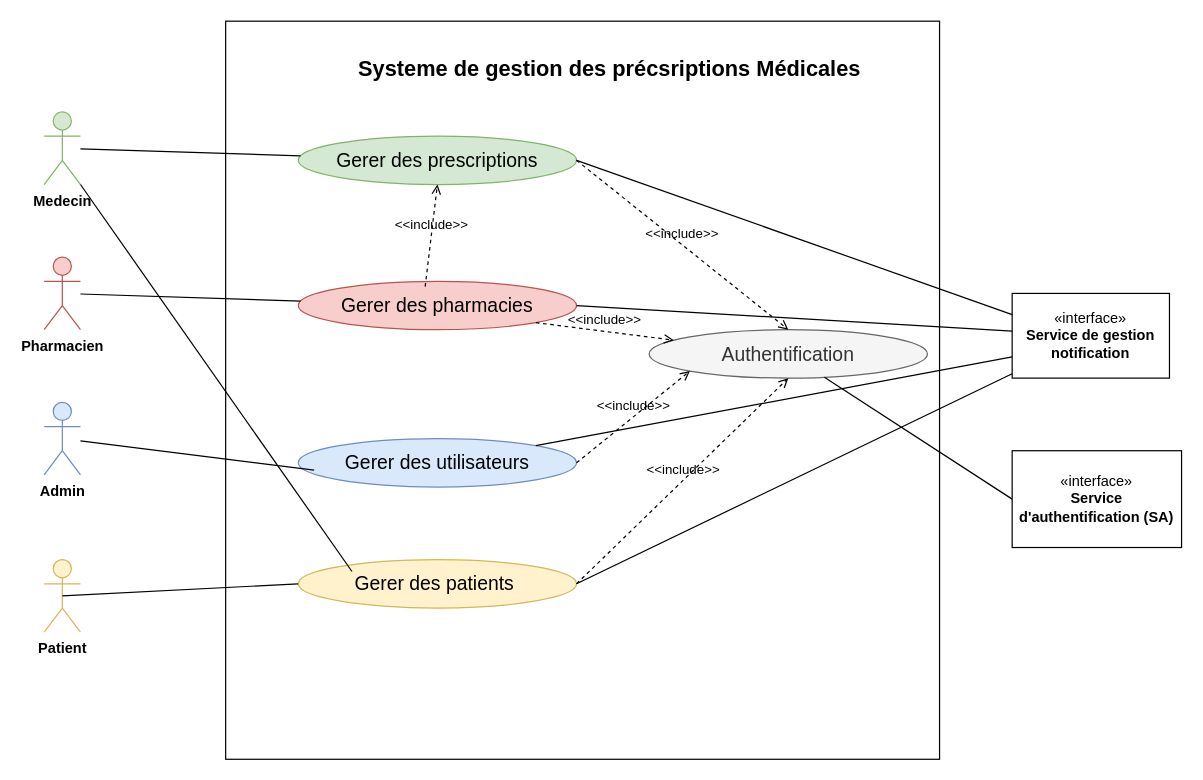
This is Use case_diagram/Global useCase diagram.drawio from siwar630/Conception-pfe, a draw.io file, before an edit. Source tidied: cells renumbered, new cells numbered last; positions are measured from the earlier drawing's top-left corner, leaving out a move shared by most shapes. Both pictures are drawn from the tidied source at 121%, with x=0, y=0 at pixel (44, 21).
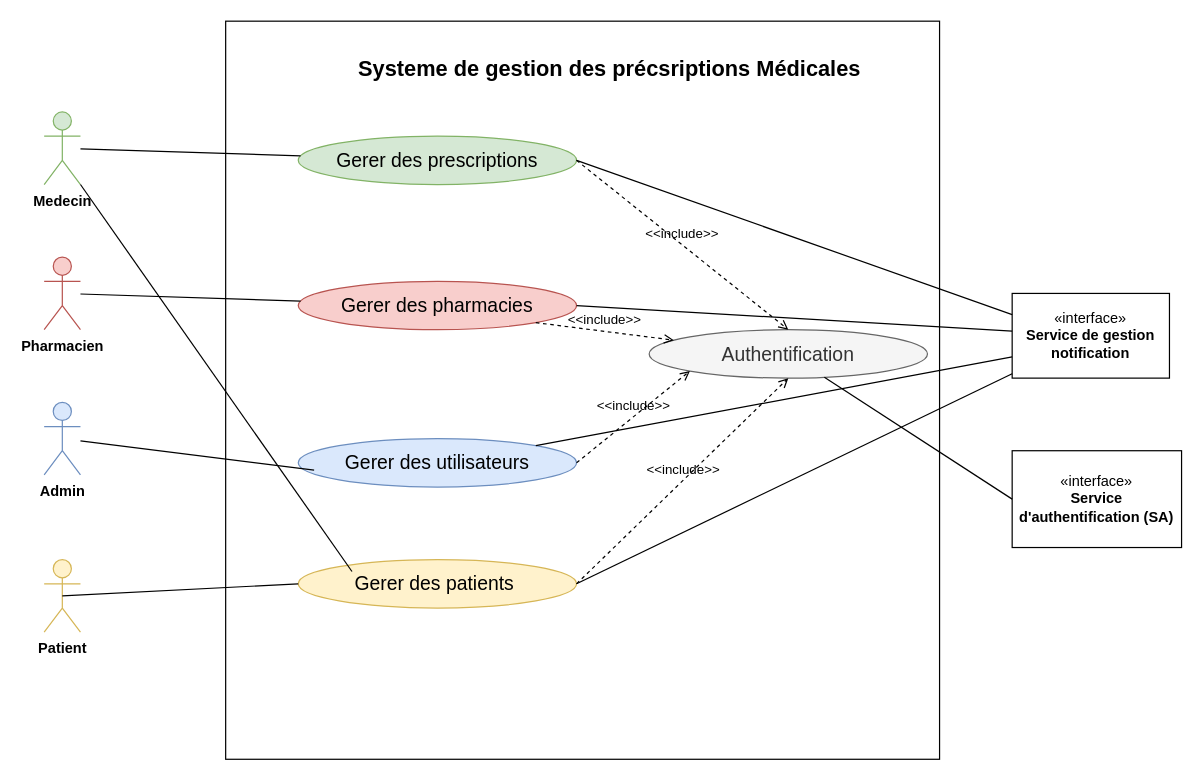
After the change.

Commit message:
Mettre à jour Global useCase diagram.drawio

The change refers to these unchanged cells:
```xml
<mxCell id="8" value="&lt;font style=&quot;font-size: 16px;&quot;&gt;Gerer des prescriptions&lt;/font&gt;" style="ellipse;whiteSpace=wrap;html=1;align=center;fillColor=#d5e8d4;strokeColor=#82b366;" parent="1" vertex="1">
  <mxGeometry x="210" y="95" width="230" height="40" as="geometry" />
</mxCell>
<mxCell id="9" value="&lt;span style=&quot;font-size: 16px;&quot;&gt;Gerer des pha&lt;/span&gt;&lt;span style=&quot;font-size: 16px;&quot;&gt;rmacies&lt;/span&gt;" style="ellipse;whiteSpace=wrap;html=1;align=center;fillColor=#f8cecc;strokeColor=#b85450;" parent="1" vertex="1">
  <mxGeometry x="210" y="215" width="230" height="40" as="geometry" />
</mxCell>
```

What changed in the source:
```diff
@@
-    <mxCell id="25" value="&amp;lt;&amp;lt;include&amp;gt;&amp;gt;" style="edgeStyle=none;html=1;endArrow=open;verticalAlign=bottom;dashed=1;labelBackgroundColor=none;rounded=0;exitX=0.456;exitY=0.11;exitDx=0;exitDy=0;exitPerimeter=0;entryX=0.5;entryY=1;entryDx=0;entryDy=0;" parent="1" edge="1" source="9" target="8">
-      <mxGeometry relative="1" as="geometry" />
-    </mxCell>
```
